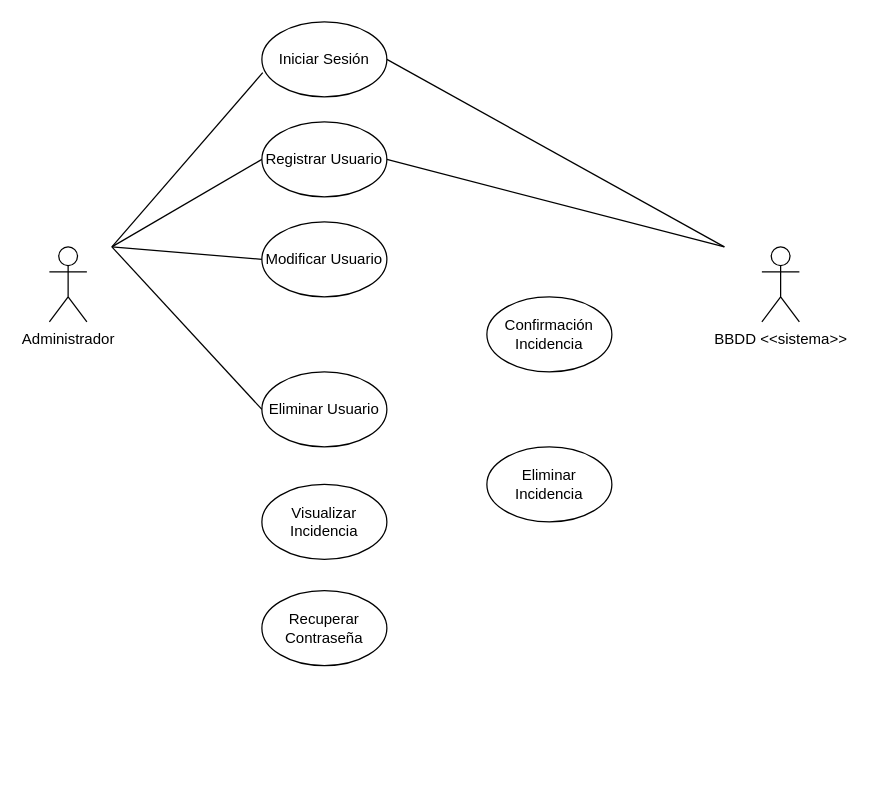
This is page "Página-1" (1 of 2) of casosdeusoweb.drawio from alangamboa97/TT, a draw.io file, before an edit. Source tidied: cells renumbered, new cells numbered last; positions are measured from the earlier drawing's top-left corner, leaving out a move shared by most shapes. Both pictures are drawn from the tidied source at 125%, with x=0, y=0 at pixel (49, 21).
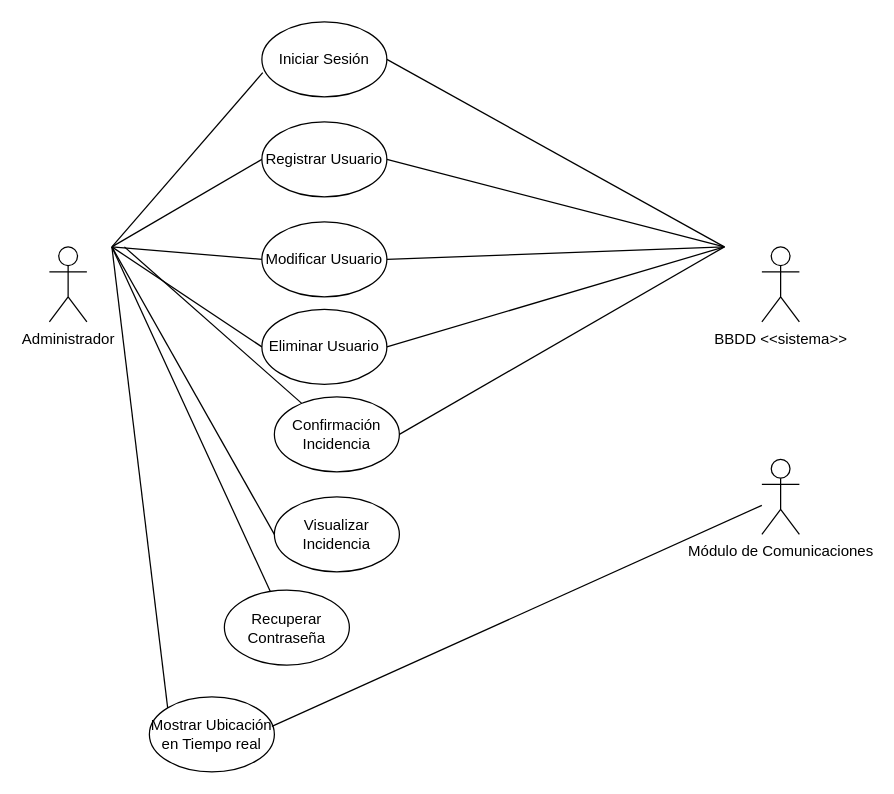
The same diagram, later.

The change refers to these unchanged cells:
```xml
<mxCell id="7" value="Modificar Usuario" style="ellipse;whiteSpace=wrap;html=1;" parent="1" vertex="1">
  <mxGeometry x="170" y="160" width="100" height="60" as="geometry" />
</mxCell>
```

What changed in the source:
```diff
@@
     <mxCell id="6" value="Recuperar Contraseña" style="ellipse;whiteSpace=wrap;html=1;" parent="1" vertex="1">
-      <mxGeometry x="170" y="455" width="100" height="60" as="geometry" />
+      <mxGeometry x="140" y="454.5" width="100" height="60" as="geometry" />
     </mxCell>
@@
     <mxCell id="8" value="Visualizar Incidencia" style="ellipse;whiteSpace=wrap;html=1;" parent="1" vertex="1">
-      <mxGeometry x="170" y="370" width="100" height="60" as="geometry" />
+      <mxGeometry x="180" y="380" width="100" height="60" as="geometry" />
     </mxCell>
     <mxCell id="9" value="Eliminar Usuario" style="ellipse;whiteSpace=wrap;html=1;" parent="1" vertex="1">
-      <mxGeometry x="170" y="280" width="100" height="60" as="geometry" />
+      <mxGeometry x="170" y="230" width="100" height="60" as="geometry" />
     </mxCell>
     <mxCell id="10" value="Confirmación Incidencia" style="ellipse;whiteSpace=wrap;html=1;" parent="1" vertex="1">
-      <mxGeometry x="350" y="220" width="100" height="60" as="geometry" />
+      <mxGeometry x="180" y="300" width="100" height="60" as="geometry" />
     </mxCell>
-    <mxCell id="11" value="Eliminar Incidencia" style="ellipse;whiteSpace=wrap;html=1;" parent="1" vertex="1">
-      <mxGeometry x="350" y="340" width="100" height="60" as="geometry" />
+    <mxCell id="11" value="Mostrar Ubicación en Tiempo real" style="ellipse;whiteSpace=wrap;html=1;" parent="1" vertex="1">
+      <mxGeometry x="80" y="540" width="100" height="60" as="geometry" />
     </mxCell>
@@
+    <mxCell id="18" style="endArrow=none;html=1;rounded=0;" parent="1" edge="1" target="10">
+      <mxGeometry relative="1" as="geometry">
+        <mxPoint x="60" y="180" as="sourcePoint" />
+      </mxGeometry>
+    </mxCell>
+    <mxCell id="19" style="endArrow=none;html=1;rounded=0;exitX=1;exitY=0.5;exitDx=0;exitDy=0;" parent="1" edge="1" source="10">
+      <mxGeometry relative="1" as="geometry">
+        <mxPoint x="540" y="180" as="targetPoint" />
+      </mxGeometry>
+    </mxCell>
+    <mxCell id="20" value="Módulo de Comunicaciones" style="shape=umlActor;verticalLabelPosition=bottom;verticalAlign=top;html=1;outlineConnect=0;" parent="1" vertex="1">
+      <mxGeometry x="570" y="350" width="30" height="60" as="geometry" />
+    </mxCell>
+    <mxCell id="21" style="endArrow=none;html=1;rounded=0;exitX=1;exitY=0.5;exitDx=0;exitDy=0;" parent="1" edge="1" source="7">
+      <mxGeometry relative="1" as="geometry">
+        <mxPoint x="540" y="180" as="targetPoint" />
+      </mxGeometry>
+    </mxCell>
+    <mxCell id="22" style="endArrow=none;html=1;rounded=0;exitX=1;exitY=0.5;exitDx=0;exitDy=0;" parent="1" edge="1" source="9">
+      <mxGeometry relative="1" as="geometry">
+        <mxPoint x="540" y="180" as="targetPoint" />
+      </mxGeometry>
+    </mxCell>
+    <mxCell id="23" style="endArrow=none;html=1;rounded=0;entryX=0;entryY=0.5;entryDx=0;entryDy=0;" parent="1" edge="1" target="8">
+      <mxGeometry relative="1" as="geometry">
+        <mxPoint x="50" y="180" as="sourcePoint" />
+      </mxGeometry>
+    </mxCell>
+    <mxCell id="24" style="endArrow=none;html=1;rounded=0;" parent="1" edge="1" target="6">
+      <mxGeometry relative="1" as="geometry">
+        <mxPoint x="50" y="180" as="sourcePoint" />
+      </mxGeometry>
+    </mxCell>
+    <mxCell id="25" style="endArrow=none;html=1;rounded=0;exitX=0;exitY=0;exitDx=0;exitDy=0;" parent="1" edge="1" source="11">
+      <mxGeometry relative="1" as="geometry">
+        <mxPoint x="50" y="180" as="targetPoint" />
+      </mxGeometry>
+    </mxCell>
+    <mxCell id="26" style="endArrow=none;html=1;rounded=0;exitX=0.98;exitY=0.394;exitDx=0;exitDy=0;exitPerimeter=0;" parent="1" edge="1" source="11" target="20">
+      <mxGeometry relative="1" as="geometry" />
+    </mxCell>
```
